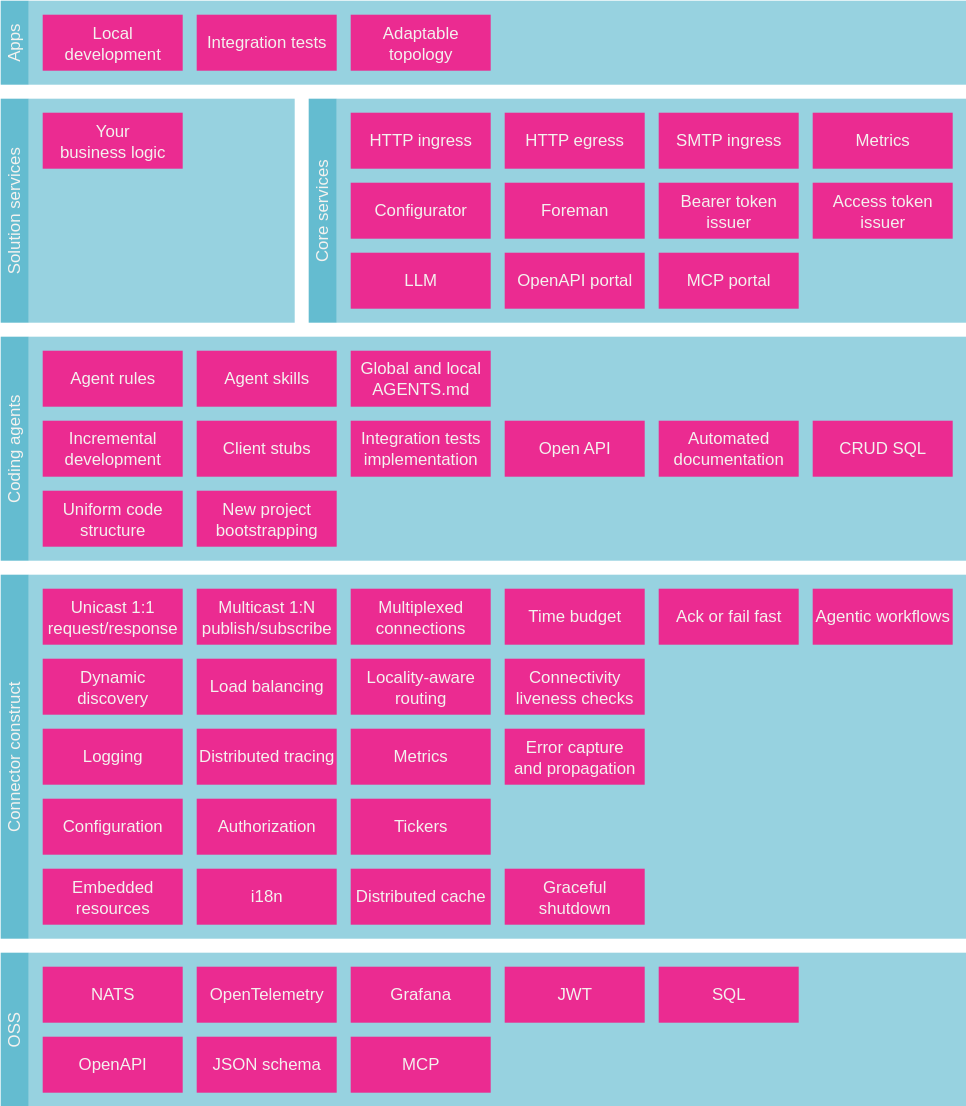
Before: docs/blocks/layers-1.drawio.svg, a diagram exported from draw.io (bhardwajRahul/fabric). Source tidied: cells renumbered, new cells last; positions are measured from the earlier drawing's top-left corner, leaving out a move shared by most shapes.
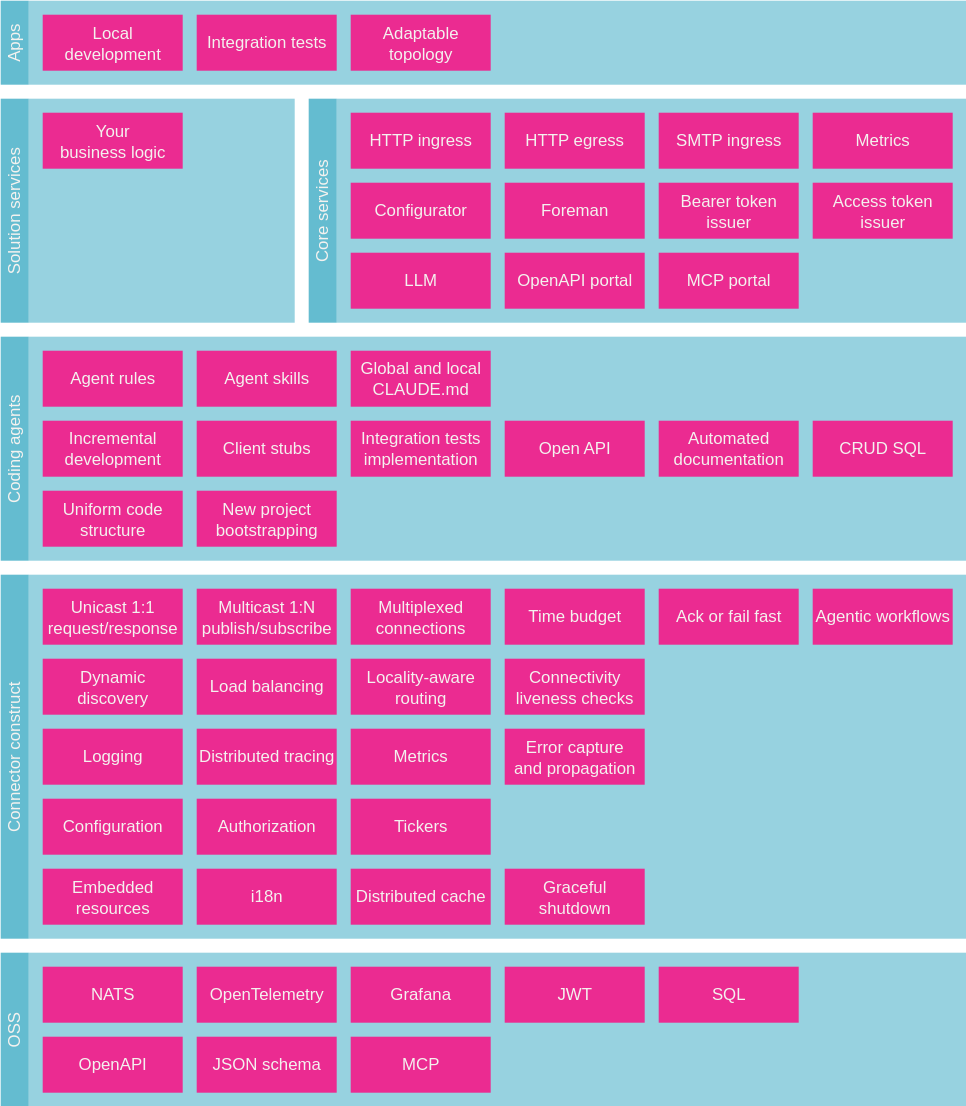
After the change.

Change to the diagram source:
```diff
@@ -164,7 +164,7 @@
     <mxCell id="55" value="New project bootstrapping" style="rounded=0;whiteSpace=wrap;html=1;fillColor=#eb2b91;strokeColor=none;fontColor=#F4F2EF;align=center;verticalAlign=middle;fontFamily=Helvetica;fontSize=12;" parent="1" vertex="1">
       <mxGeometry x="140" y="350" width="100" height="40" as="geometry" />
     </mxCell>
-    <mxCell id="56" value="Global and local&lt;br&gt;AGENTS.md" style="rounded=0;whiteSpace=wrap;html=1;fillColor=#eb2b91;strokeColor=none;fontColor=#F4F2EF;align=center;verticalAlign=middle;fontFamily=Helvetica;fontSize=12;" parent="1" vertex="1">
+    <mxCell id="56" value="Global and local&lt;br&gt;CLAUDE.md" style="rounded=0;whiteSpace=wrap;html=1;fillColor=#eb2b91;strokeColor=none;fontColor=#F4F2EF;align=center;verticalAlign=middle;fontFamily=Helvetica;fontSize=12;" parent="1" vertex="1">
       <mxGeometry x="250" y="250" width="100" height="40" as="geometry" />
     </mxCell>
     <mxCell id="57" value="Agent rules" style="rounded=0;whiteSpace=wrap;html=1;fillColor=#eb2b91;strokeColor=none;fontColor=#F4F2EF;align=center;verticalAlign=middle;fontFamily=Helvetica;fontSize=12;" parent="1" vertex="1">
```
